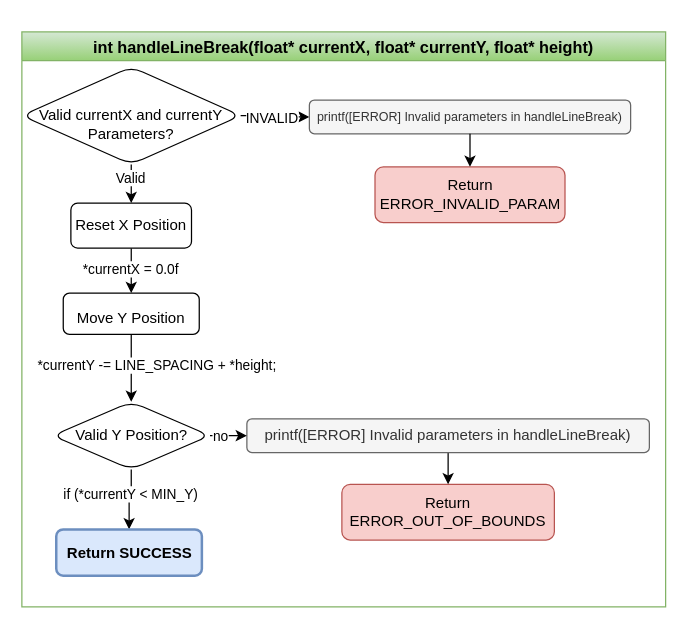
This is Updated Flowcharts - Final submission/handleLineBreak.drawio from MathisBellino/SoftwareProject24, a draw.io file, before an edit. Source tidied: cells renumbered, new cells numbered last; positions are measured from the earlier drawing's top-left corner, leaving out a move shared by most shapes. Both pictures are drawn from the tidied source at 125%, with x=0, y=0 at pixel (-49, -2131).
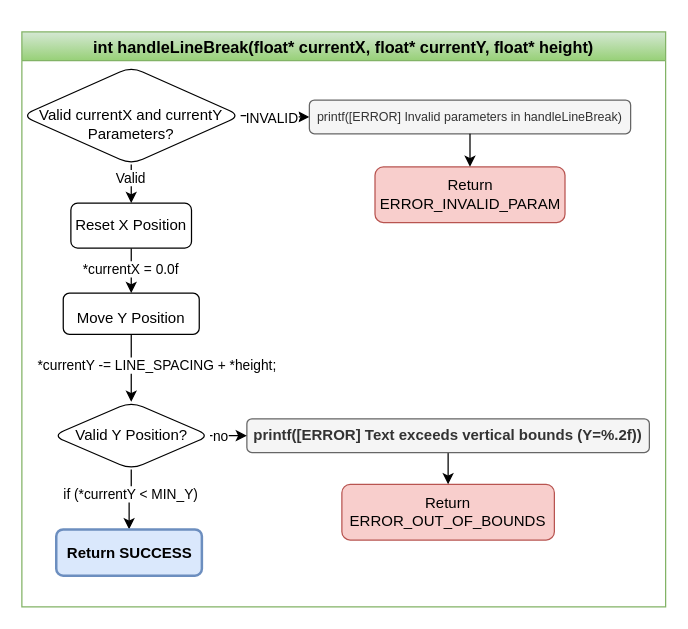
The same page after the edit.

The change refers to these unchanged cells:
```xml
<mxCell id="3" value="&lt;p class=&quot;MsoNormal&quot;&gt;&lt;b&gt;&lt;span style=&quot;line-height: 110%;&quot;&gt;&lt;font style=&quot;font-size: 13px;&quot;&gt;int handleLineBreak(float* currentX, float* currentY, float* height)&lt;/font&gt;&lt;span style=&quot;color: rgb(68, 114, 196); font-size: 12pt;&quot;&gt;&lt;/span&gt;&lt;/span&gt;&lt;/b&gt;&lt;/p&gt;" style="swimlane;whiteSpace=wrap;html=1;fillColor=#d5e8d4;strokeColor=#82b366;gradientColor=#97d077;startSize=23;" parent="1" vertex="1">
  <mxGeometry x="56" y="1730" width="515" height="460" as="geometry" />
</mxCell>
```

The edit, as a diff of the source:
```diff
@@
-    <mxCell id="23" value="printf([ERROR] Invalid parameters in handleLineBreak)" style="rounded=1;whiteSpace=wrap;html=1;fillColor=#f5f5f5;strokeColor=#666666;fontColor=#333333;" parent="3" vertex="1">
+    <mxCell id="23" value="&lt;b&gt;printf([ERROR] Text exceeds vertical bounds (Y=%.2f))&lt;/b&gt;" style="rounded=1;whiteSpace=wrap;html=1;fillColor=#f5f5f5;strokeColor=#666666;fontColor=#333333;" parent="3" vertex="1">
       <mxGeometry x="180" y="309.5" width="322" height="27" as="geometry" />
     </mxCell>
```
